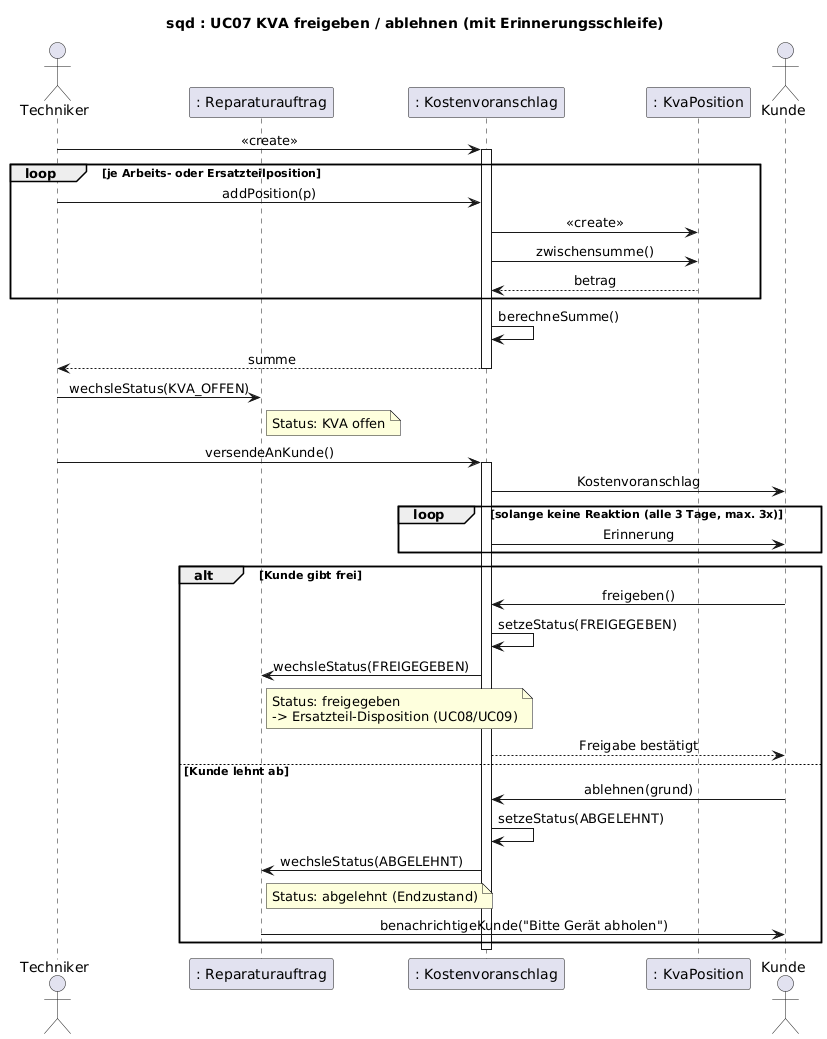
Before: uml/sequenz-02-kva-freigabe.png, a diagram exported from PlantUML (jakobschwan123-cmd/casestudy-semester-3). Source of this version:
```plantuml
@startuml
title sqd : UC07 KVA freigeben / ablehnen (mit Erinnerungsschleife)
skinparam defaultFontName Arial
skinparam sequenceMessageAlign center
actor Techniker
participant ": Reparaturauftrag" as RA
participant ": Kostenvoranschlag" as KVA
participant ": KvaPosition" as POS
actor Kunde

Techniker -> KVA : <<create>>
activate KVA
loop je Arbeits- oder Ersatzteilposition
    Techniker -> KVA : addPosition(p)
    KVA -> POS : <<create>>
    KVA -> POS : zwischensumme()
    POS --> KVA : betrag
end
KVA -> KVA : berechneSumme()
KVA --> Techniker : summe
deactivate KVA

Techniker -> RA : wechsleStatus(KVA_OFFEN)
note right of RA : Status: KVA offen
Techniker -> KVA : versendeAnKunde()
activate KVA
KVA -> Kunde : Kostenvoranschlag
loop solange keine Reaktion (alle 3 Tage, max. 3x)
    KVA -> Kunde : Erinnerung
end
alt Kunde gibt frei
    Kunde -> KVA : freigeben()
    KVA -> KVA : setzeStatus(FREIGEGEBEN)
    KVA -> RA : wechsleStatus(FREIGEGEBEN)
    note right of RA : Status: freigegeben\n-> Ersatzteil-Disposition (UC08/UC09)
    KVA --> Kunde : Freigabe bestätigt
else Kunde lehnt ab
    Kunde -> KVA : ablehnen(grund)
    KVA -> KVA : setzeStatus(ABGELEHNT)
    KVA -> RA : wechsleStatus(ABGELEHNT)
    note right of RA : Status: abgelehnt (Endzustand)
    RA -> Kunde : benachrichtigeKunde("Bitte Gerät abholen")
end
deactivate KVA
@enduml
```
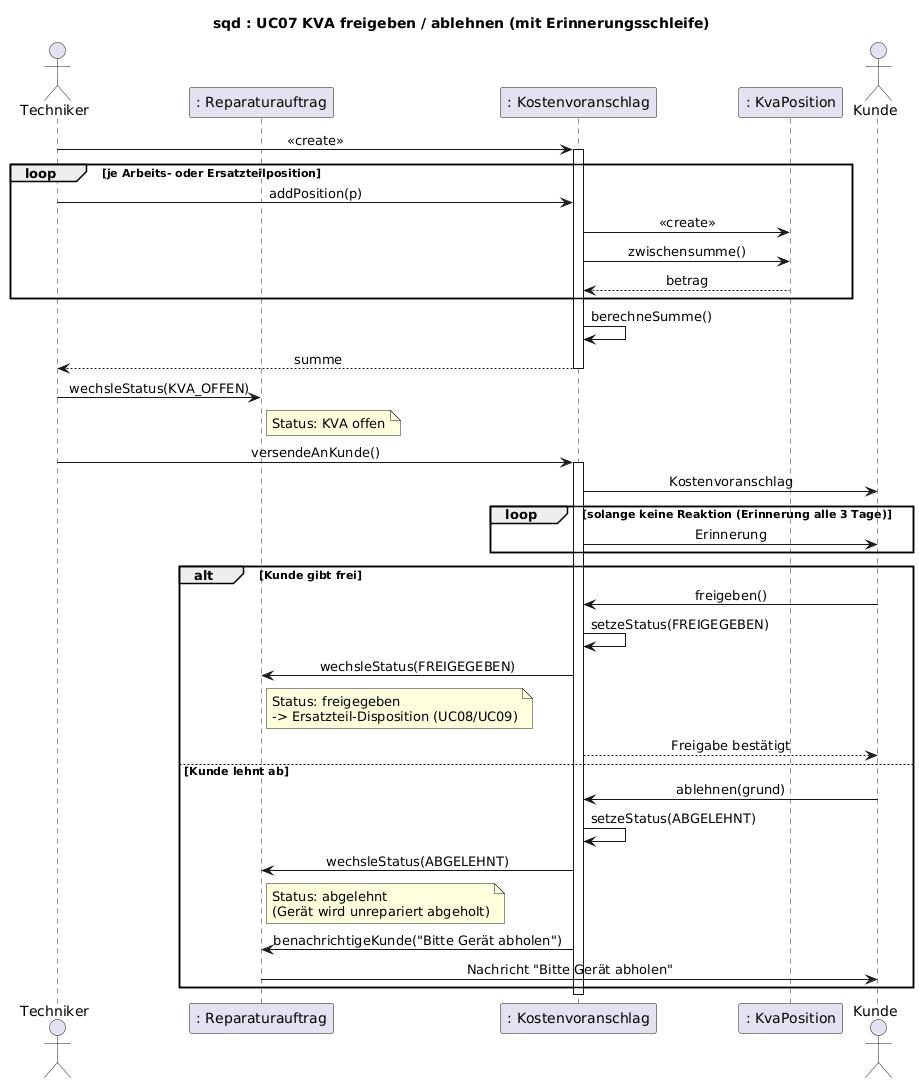
After the commit.

Change to the diagram source:
```diff
@@ -25,7 +25,7 @@
 Techniker -> KVA : versendeAnKunde()
 activate KVA
 KVA -> Kunde : Kostenvoranschlag
-loop solange keine Reaktion (alle 3 Tage, max. 3x)
+loop solange keine Reaktion (Erinnerung alle 3 Tage)
     KVA -> Kunde : Erinnerung
 end
 alt Kunde gibt frei
@@ -38,8 +38,9 @@
     Kunde -> KVA : ablehnen(grund)
     KVA -> KVA : setzeStatus(ABGELEHNT)
     KVA -> RA : wechsleStatus(ABGELEHNT)
-    note right of RA : Status: abgelehnt (Endzustand)
-    RA -> Kunde : benachrichtigeKunde("Bitte Gerät abholen")
+    note right of RA : Status: abgelehnt\n(Gerät wird unrepariert abgeholt)
+    KVA -> RA : benachrichtigeKunde("Bitte Gerät abholen")
+    RA -> Kunde : Nachricht "Bitte Gerät abholen"
 end
 deactivate KVA
 @enduml
```
